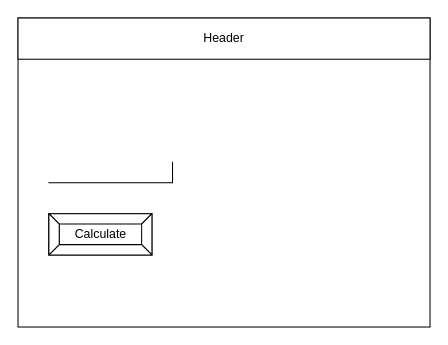
Ali-Mugamai/ICS20-5-02-JS keeps this draw.io diagram as design/story-board.drawio. Above is the earlier version. Source tidied: cells renumbered, new cells numbered last; positions are measured from the earlier drawing's top-left corner, leaving out a move shared by most shapes. Both pictures are drawn from the tidied source at 103%, with x=0, y=0 at pixel (18, 18).
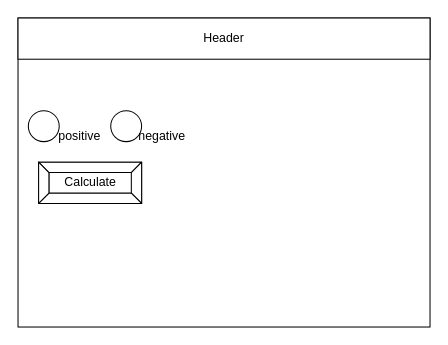
Above is the later version.

What changed in the source:
```diff
@@
 <mxGraphModel>
   <root>
     <mxCell id="0" />
     <mxCell id="1" parent="0" />
     <mxCell id="2" style="rounded=0;whiteSpace=wrap;html=1;" parent="1" vertex="1">
       <mxGeometry width="400" height="300" as="geometry" />
     </mxCell>
     <mxCell id="3" value="Header" style="rounded=0;whiteSpace=wrap;html=1;" parent="1" vertex="1">
       <mxGeometry width="400" height="40" as="geometry" />
     </mxCell>
-    <mxCell id="4" style="shape=partialRectangle;whiteSpace=wrap;html=1;top=0;left=0;fillColor=none;" parent="1" vertex="1">
-      <mxGeometry x="30" y="140" width="120" height="20" as="geometry" />
-    </mxCell>
     <mxCell id="5" value="Calculate" style="labelPosition=center;verticalLabelPosition=middle;align=center;html=1;shape=mxgraph.basic.button;dx=10;" parent="1" vertex="1">
-      <mxGeometry x="30" y="190" width="100" height="40" as="geometry" />
+      <mxGeometry x="20" y="140" width="100" height="40" as="geometry" />
     </mxCell>
+    <mxCell id="6" style="ellipse;whiteSpace=wrap;html=1;" parent="1" vertex="1">
+      <mxGeometry x="10" y="90" width="30" height="30" as="geometry" />
+    </mxCell>
+    <mxCell id="7" style="ellipse;whiteSpace=wrap;html=1;" parent="1" vertex="1">
+      <mxGeometry x="90" y="90" width="30" height="30" as="geometry" />
+    </mxCell>
+    <mxCell id="8" value="negative" style="text;html=1;strokeColor=none;fillColor=none;align=center;verticalAlign=middle;whiteSpace=wrap;rounded=0;" parent="1" vertex="1">
+      <mxGeometry x="110" y="100" width="60" height="30" as="geometry" />
+    </mxCell>
+    <mxCell id="9" value="positive" style="text;html=1;strokeColor=none;fillColor=none;align=center;verticalAlign=middle;whiteSpace=wrap;rounded=0;" parent="1" vertex="1">
+      <mxGeometry x="30" y="100" width="60" height="30" as="geometry" />
+    </mxCell>
   </root>
 </mxGraphModel>
```
